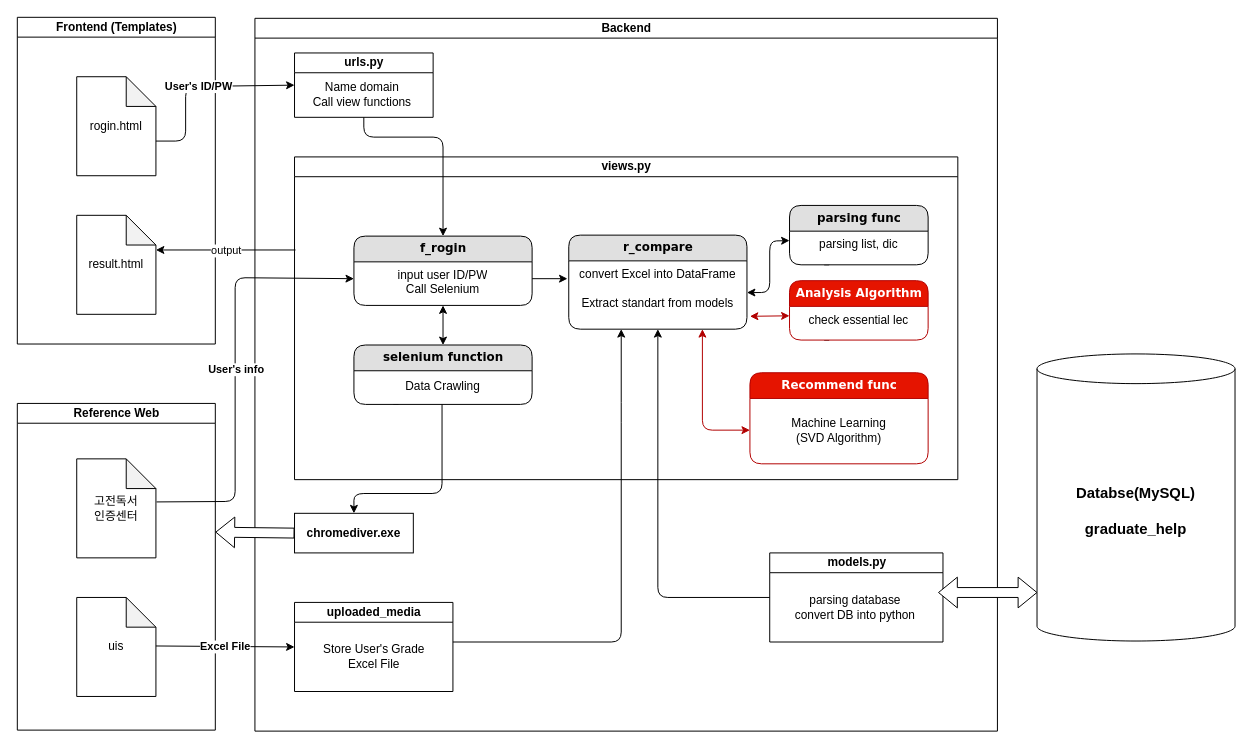
The draw.io diagram Untitled Diagram.drawio in hanjo8813/Command_memo, before the edit. Source tidied: cells renumbered, new cells numbered last; positions are measured from the earlier drawing's top-left corner, leaving out a move shared by most shapes. Both pictures are drawn from the tidied source at 99%, with x=0, y=0 at pixel (17, 17).
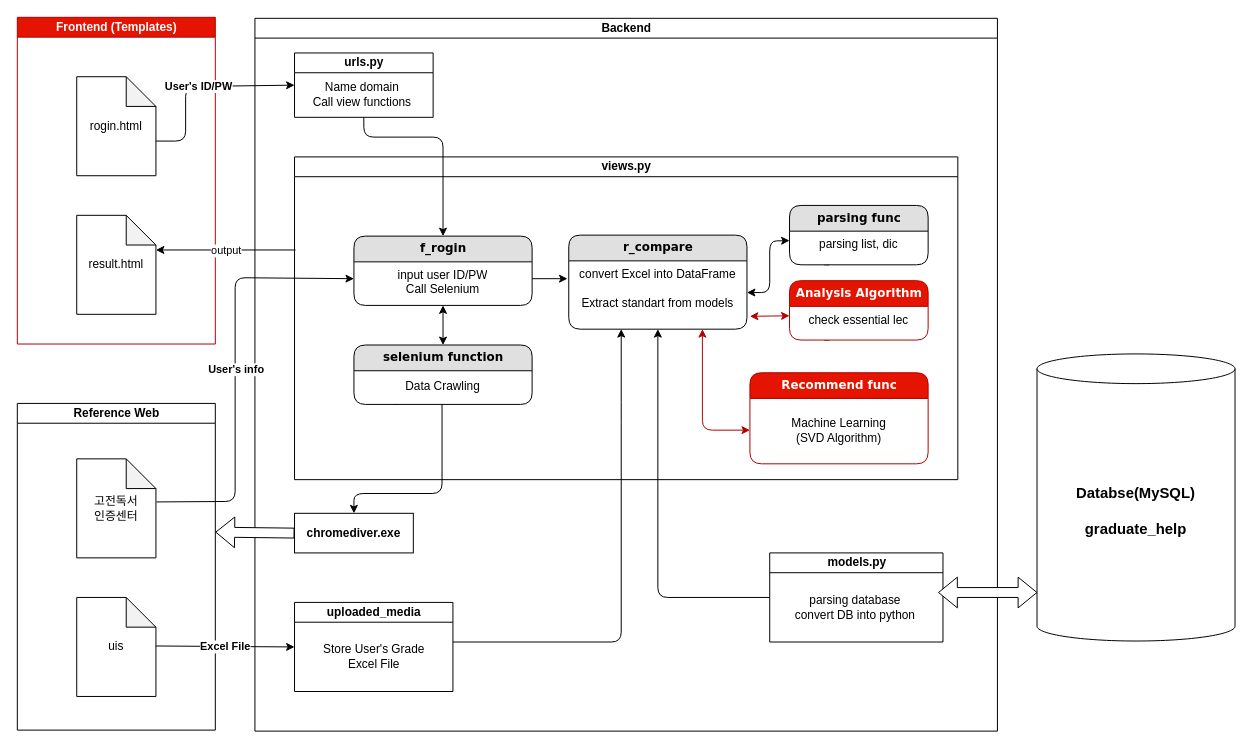
The same diagram, later.

Change to the diagram source:
```diff
@@
-    <mxCell id="2" value="Frontend (Templates)" style="swimlane;html=1;startSize=20;" parent="1" vertex="1">
+    <mxCell id="2" value="Frontend (Templates)" style="swimlane;html=1;startSize=20;fillColor=#e51400;strokeColor=#B20000;fontColor=#ffffff;" parent="1" vertex="1">
       <mxGeometry width="200" height="330" as="geometry" />
     </mxCell>
```
